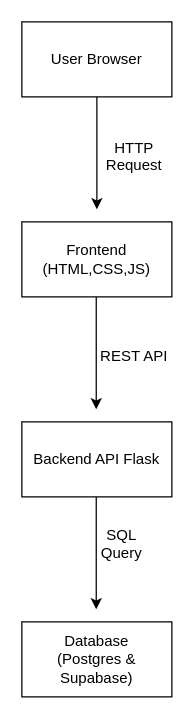
Earlier version of the draw.io diagram docs/architecture.drawio (AndileMahlaba/MzansiBuilds). Source tidied: cells renumbered, new cells numbered last; positions are measured from the earlier drawing's top-left corner, leaving out a move shared by most shapes. Both pictures are drawn from the tidied source at 125%, with x=0, y=0 at pixel (21, 21).
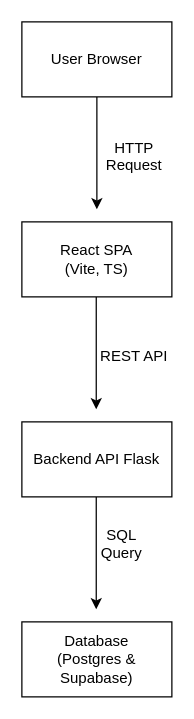
The same diagram, later.

What changed in the source:
```diff
@@
 <mxGraphModel>
   <root>
     <mxCell id="0" />
     <mxCell id="1" parent="0" />
     <mxCell id="2" value="User Browser" style="whiteSpace=wrap;html=1;" parent="1" vertex="1">
       <mxGeometry width="120" height="60" as="geometry" />
     </mxCell>
-    <mxCell id="3" value="Frontend&lt;br&gt;(HTML,CSS,JS)" style="whiteSpace=wrap;html=1;" parent="1" vertex="1">
+    <mxCell id="3" value="React SPA&lt;br&gt;(Vite, TS)" style="whiteSpace=wrap;html=1;" parent="1" vertex="1">
       <mxGeometry y="160" width="120" height="60" as="geometry" />
     </mxCell>
     <mxCell id="4" value="Backend API Flask" style="whiteSpace=wrap;html=1;" parent="1" vertex="1">
       <mxGeometry y="320" width="120" height="60" as="geometry" />
     </mxCell>
     <mxCell id="5" value="Database&lt;br&gt;(Postgres &amp;amp; Supabase)" style="whiteSpace=wrap;html=1;" parent="1" vertex="1">
       <mxGeometry y="480" width="120" height="60" as="geometry" />
     </mxCell>
     <mxCell id="6" style="edgeStyle=none;jettySize=auto;html=1;rounded=0;exitX=0.5;exitY=1;exitDx=0;exitDy=0;" parent="1" edge="1" source="2">
       <mxGeometry relative="1" as="geometry">
         <mxPoint x="60" y="150" as="targetPoint" />
       </mxGeometry>
     </mxCell>
     <mxCell id="7" style="edgeStyle=none;orthogonalLoop=1;jettySize=auto;html=1;rounded=0;exitX=0.5;exitY=1;exitDx=0;exitDy=0;" parent="1" edge="1">
       <mxGeometry relative="1" as="geometry">
         <mxPoint x="59.5" y="220" as="sourcePoint" />
         <mxPoint x="59.5" y="310" as="targetPoint" />
       </mxGeometry>
     </mxCell>
     <mxCell id="8" style="edgeStyle=none;orthogonalLoop=1;jettySize=auto;html=1;rounded=0;exitX=0.5;exitY=1;exitDx=0;exitDy=0;" parent="1" edge="1">
       <mxGeometry relative="1" as="geometry">
         <mxPoint x="59.5" y="380" as="sourcePoint" />
         <mxPoint x="59.5" y="470" as="targetPoint" />
       </mxGeometry>
     </mxCell>
     <mxCell id="9" value="&#10;HTTP Request&#10;&#10;" style="text;html=1;whiteSpace=wrap;strokeColor=none;fillColor=none;align=center;verticalAlign=middle;rounded=0;" parent="1" vertex="1">
       <mxGeometry x="60" y="100" width="60" height="30" as="geometry" />
     </mxCell>
     <mxCell id="10" value="&#10;REST API&#10;&#10;" style="text;html=1;whiteSpace=wrap;strokeColor=none;fillColor=none;align=center;verticalAlign=middle;rounded=0;" parent="1" vertex="1">
       <mxGeometry x="60" y="260" width="60" height="30" as="geometry" />
     </mxCell>
     <mxCell id="11" value="&#10;SQL Query&#10;&#10;" style="text;html=1;whiteSpace=wrap;strokeColor=none;fillColor=none;align=center;verticalAlign=middle;rounded=0;" parent="1" vertex="1">
       <mxGeometry x="50" y="410" width="60" height="30" as="geometry" />
     </mxCell>
   </root>
 </mxGraphModel>
```
